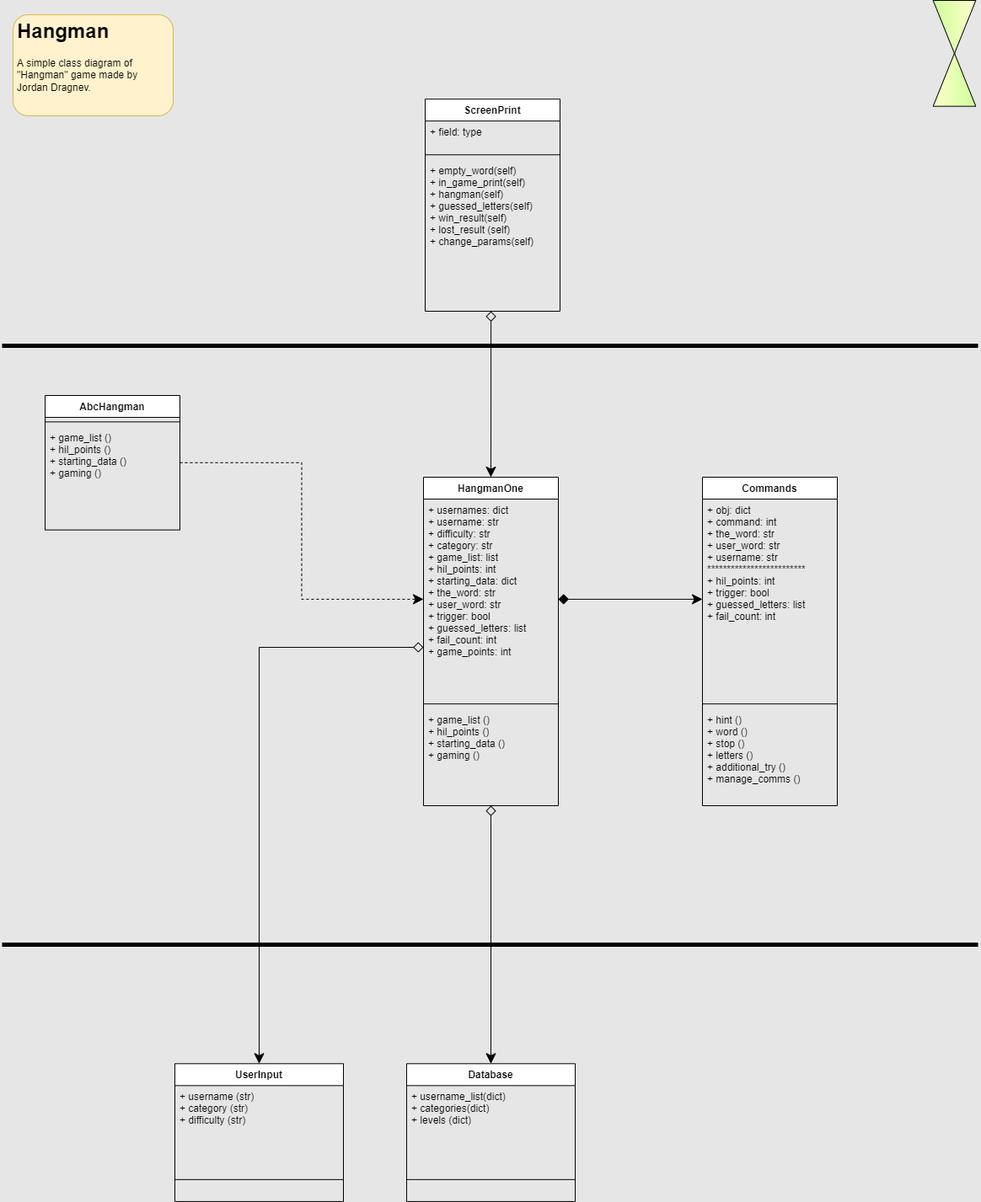
Above: hangman/images/hangman_class_diagram.png in jordrag/Exercises (draw.io), before the change. Source tidied: cells renumbered, new cells last; positions are measured from the earlier drawing's top-left corner, leaving out a move shared by most shapes.
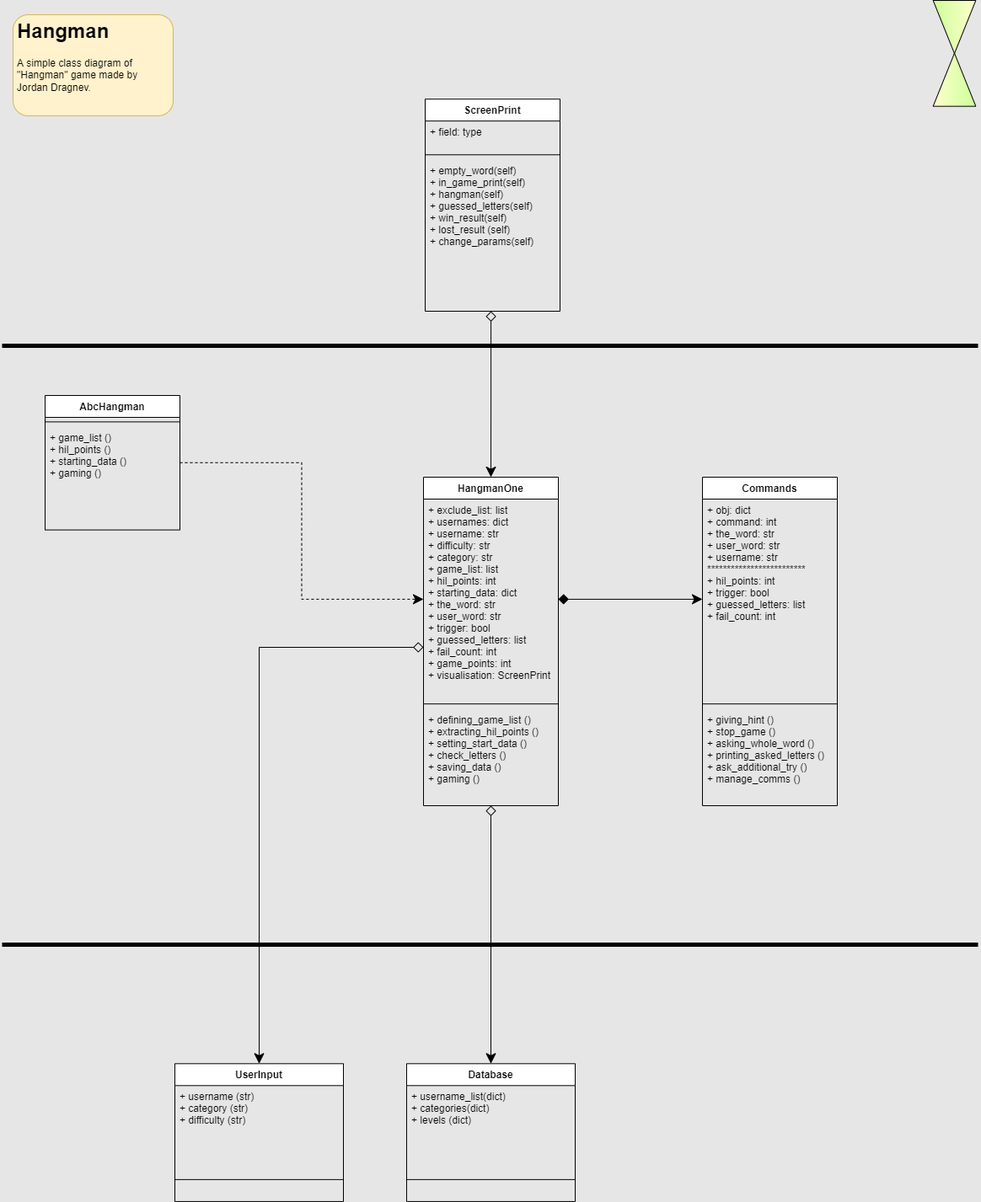
Above is the later version.

Diff of the diagram source:
```diff
@@ -35,13 +35,13 @@
     <mxCell id="12" value="HangmanOne" style="swimlane;fontStyle=1;align=center;verticalAlign=top;horizontal=1;startSize=26;" parent="1" vertex="1">
       <mxGeometry x="500" y="563" width="160" height="390" as="geometry" />
     </mxCell>
-    <mxCell id="13" value="+ usernames: dict&#10;+ username: str&#10;+ difficulty: str&#10;+ category: str&#10;+ game_list: list&#10;+ hil_points: int&#10;+ starting_data: dict &#10;+ the_word: str&#10;+ user_word: str&#10;+ trigger: bool&#10;+ guessed_letters: list&#10;+ fail_count: int&#10;+ game_points: int" style="text;strokeColor=none;fillColor=none;align=left;verticalAlign=top;spacingLeft=4;spacingRight=4;overflow=hidden;points=[[0,0.5],[1,0.5]];portConstraint=eastwest;" parent="12" vertex="1">
+    <mxCell id="13" value="+ exclude_list: list&#10;+ usernames: dict&#10;+ username: str&#10;+ difficulty: str&#10;+ category: str&#10;+ game_list: list&#10;+ hil_points: int&#10;+ starting_data: dict &#10;+ the_word: str&#10;+ user_word: str&#10;+ trigger: bool&#10;+ guessed_letters: list&#10;+ fail_count: int&#10;+ game_points: int&#10;+ visualisation: ScreenPrint" style="text;strokeColor=none;fillColor=none;align=left;verticalAlign=top;spacingLeft=4;spacingRight=4;overflow=hidden;points=[[0,0.5],[1,0.5]];portConstraint=eastwest;" parent="12" vertex="1">
       <mxGeometry y="26" width="160" height="237.8" as="geometry" />
     </mxCell>
     <mxCell id="14" style="line;strokeWidth=1;fillColor=none;align=left;verticalAlign=middle;spacingTop=-1;spacingLeft=3;spacingRight=3;labelPosition=right;strokeColor=inherit;" parent="12" vertex="1">
       <mxGeometry y="263.8" width="160" height="10.7" as="geometry" />
     </mxCell>
-    <mxCell id="15" value="+ game_list ()&#10;+ hil_points ()&#10;+ starting_data ()&#10;+ gaming ()" style="text;strokeColor=none;fillColor=none;align=left;verticalAlign=top;spacingLeft=4;spacingRight=4;overflow=hidden;" parent="12" vertex="1">
+    <mxCell id="15" value="+ defining_game_list ()&#10;+ extracting_hil_points ()&#10;+ setting_start_data ()&#10;+ check_letters ()&#10;+ saving_data ()&#10;+ gaming ()" style="text;strokeColor=none;fillColor=none;align=left;verticalAlign=top;spacingLeft=4;spacingRight=4;overflow=hidden;" parent="12" vertex="1">
       <mxGeometry y="274.5" width="160" height="115.5" as="geometry" />
     </mxCell>
     <mxCell id="16" style="edgeStyle=orthogonalEdgeStyle;rounded=0;jettySize=auto;html=1;startArrow=none;startFill=0;startSize=10;endSize=10;entryX=0;entryY=0.5;entryDx=0;entryDy=0;dashed=1;" parent="1" edge="1" source="17" target="13">
@@ -71,7 +71,7 @@
     <mxCell id="24" style="line;strokeWidth=1;fillColor=none;align=left;verticalAlign=middle;spacingTop=-1;spacingLeft=3;spacingRight=3;labelPosition=right;strokeColor=inherit;" parent="22" vertex="1">
       <mxGeometry y="263.8" width="160" height="10.7" as="geometry" />
     </mxCell>
-    <mxCell id="25" value="+ hint ()&#10;+ word ()&#10;+ stop ()&#10;+ letters ()&#10;+ additional_try ()&#10;+ manage_comms ()" style="text;strokeColor=none;fillColor=none;align=left;verticalAlign=top;spacingLeft=4;spacingRight=4;overflow=hidden;" parent="22" vertex="1">
+    <mxCell id="25" value="+ giving_hint ()&#10;+ stop_game ()&#10;+ asking_whole_word ()&#10;+ printing_asked_letters ()&#10;+ ask_additional_try ()&#10;+ manage_comms ()" style="text;strokeColor=none;fillColor=none;align=left;verticalAlign=top;spacingLeft=4;spacingRight=4;overflow=hidden;" parent="22" vertex="1">
       <mxGeometry y="274.5" width="160" height="115.5" as="geometry" />
     </mxCell>
     <mxCell id="26" style="edgeStyle=orthogonalEdgeStyle;rounded=0;jettySize=auto;html=1;exitX=1;exitY=0.5;exitDx=0;exitDy=0;startArrow=diamond;startFill=1;startSize=10;endSize=10;" parent="1" edge="1" source="13" target="23">
```
